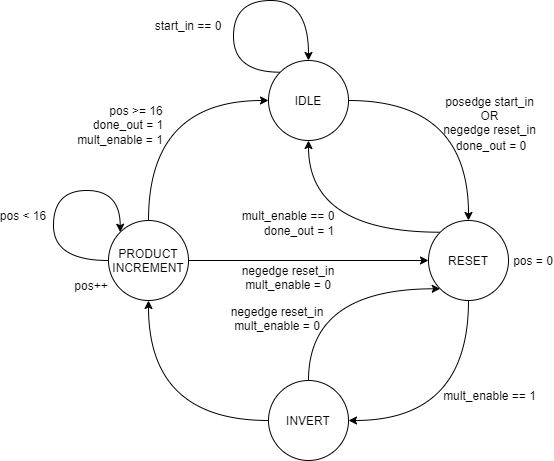
This is sequential_multiplicator/sm_control_state_machine.png from UandersonSilva/multiplicators, a draw.io export, as it was before one commit. Source tidied: cells renumbered, new cells last; positions are measured from the earlier drawing's top-left corner, leaving out a move shared by most shapes.
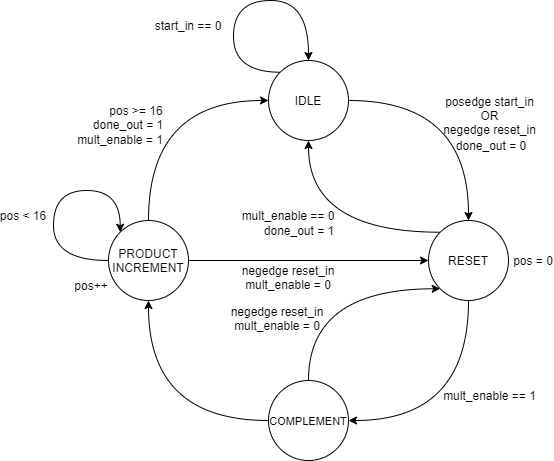
After the commit.

Commit message:
sm_control state name corrtected.

What changed in the source:
```diff
@@ -21,7 +21,7 @@
         </Array>
       </mxGeometry>
     </mxCell>
-    <mxCell id="7" value="INVERT" style="ellipse;direction=south;" parent="1" vertex="1">
+    <mxCell id="7" value="COMPLEMENT" style="ellipse;direction=south;fontSize=11;" parent="1" vertex="1">
       <mxGeometry x="265" y="380" width="80" height="80" as="geometry" />
     </mxCell>
     <mxCell id="8" style="edgeStyle=orthogonalEdgeStyle;curved=1;jettySize=auto;exitX=0;exitY=0.5;exitDx=0;exitDy=0;entryX=0.5;entryY=1;entryDx=0;entryDy=0;" parent="1" edge="1" source="10" target="12">
```
